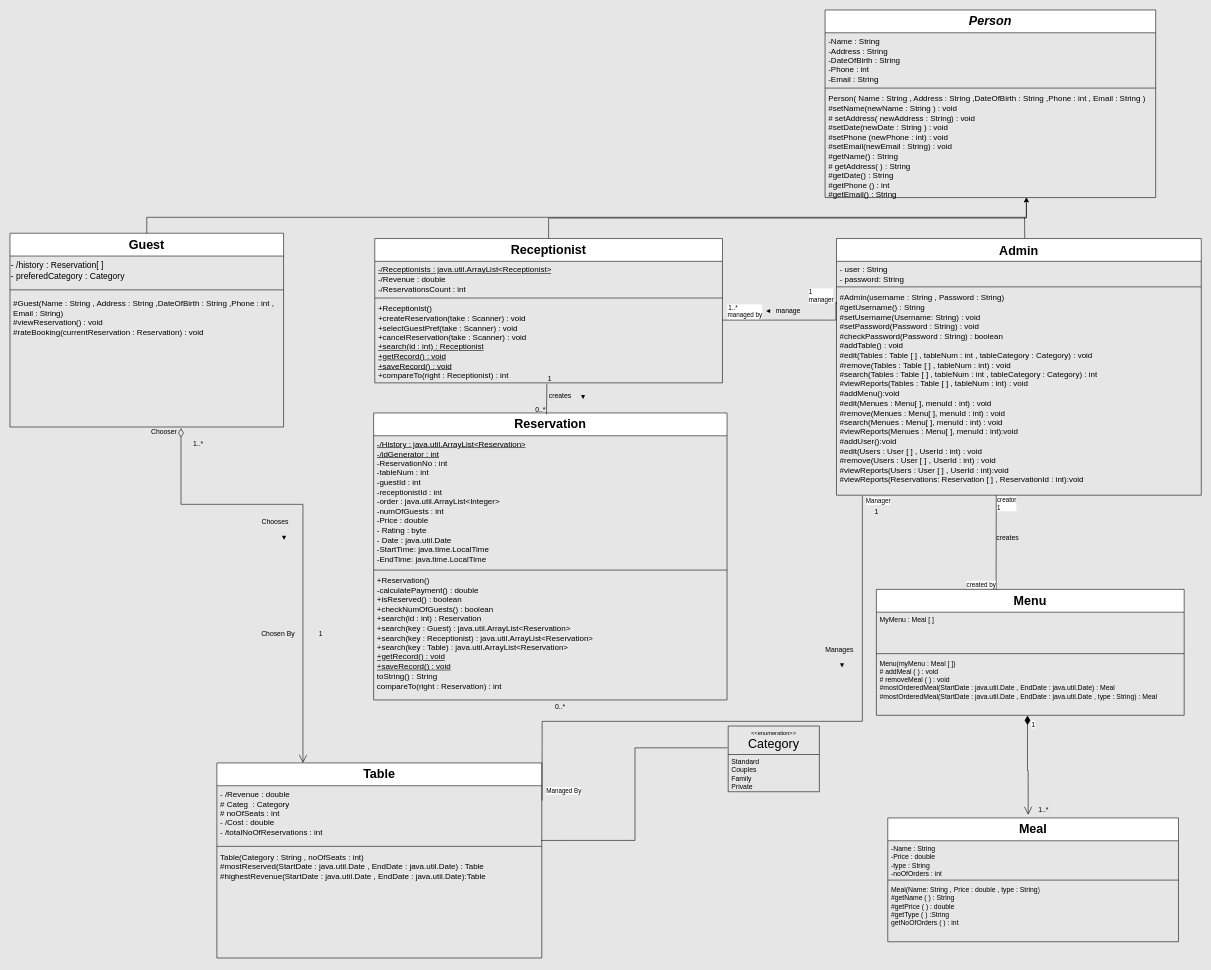
This is UML for the project.drawio from abdelrahman218/Restaurant-Mangment-System, a draw.io file, before an edit. Source tidied: cells renumbered, new cells numbered last; positions are measured from the earlier drawing's top-left corner, leaving out a move shared by most shapes. Both pictures are drawn from the tidied source at 57%, with x=0, y=0 at pixel (10, 10).
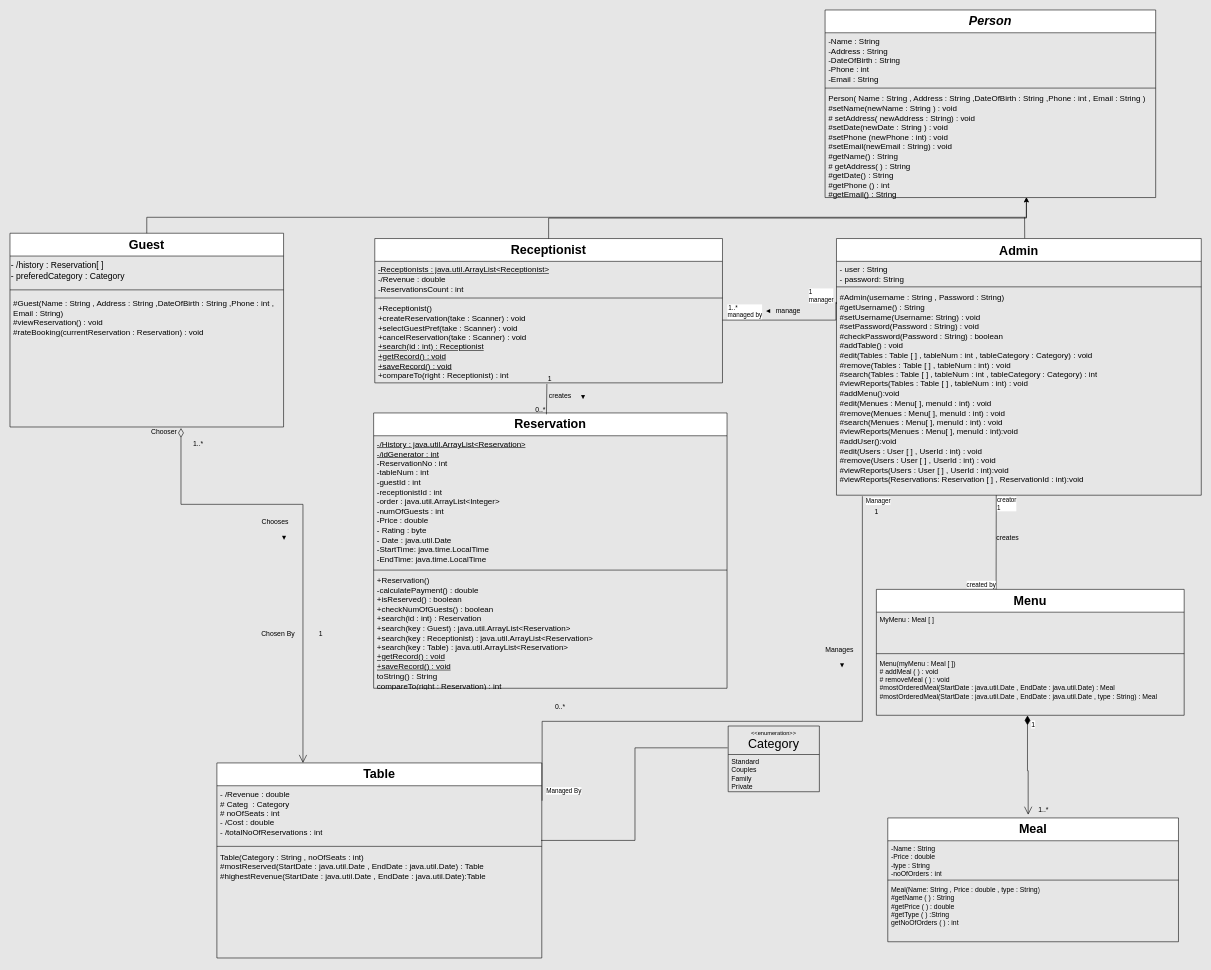
After the change.

The change refers to these unchanged cells:
```xml
<mxCell id="2" style="group;" parent="1" vertex="1">
  <mxGeometry width="2090" height="1632" as="geometry" />
</mxCell>
<mxCell id="7" value="&lt;font style=&quot;font-size: 22px;&quot;&gt;Receptionist&lt;/font&gt;" style="swimlane;fontStyle=1;align=center;verticalAlign=top;horizontal=1;startSize=40;whiteSpace=wrap;html=1;" parent="2" vertex="1">
  <mxGeometry x="640" y="401" width="610" height="253.2" as="geometry" />
</mxCell>
```

Diff of the diagram source:
```diff
@@
-    <mxCell id="8" value="&lt;font style=&quot;font-size: 14px;&quot;&gt;&lt;u&gt;-/Receptionists : java.util.ArrayList&amp;lt;Receptionist&amp;gt;&lt;br&gt;&lt;/u&gt;-/Revenue : double&lt;br&gt;-/ReservationsCount : int&lt;br&gt;&lt;/font&gt;" style="text;strokeColor=none;fillColor=none;align=left;verticalAlign=top;spacingLeft=4;spacingRight=4;overflow=hidden;whiteSpace=wrap;html=1;" parent="7" vertex="1">
+    <mxCell id="8" value="&lt;font style=&quot;font-size: 14px;&quot;&gt;&lt;u&gt;-Receptionists : java.util.ArrayList&amp;lt;Receptionist&amp;gt;&lt;br&gt;&lt;/u&gt;-/Revenue : double&lt;br&gt;-ReservationsCount : int&lt;br&gt;&lt;/font&gt;" style="text;strokeColor=none;fillColor=none;align=left;verticalAlign=top;spacingLeft=4;spacingRight=4;overflow=hidden;whiteSpace=wrap;html=1;" parent="7" vertex="1">
       <mxGeometry y="40" width="610" height="60.6" as="geometry" />
     </mxCell>
@@
     <mxCell id="15" value="&lt;font style=&quot;font-size: 22px;&quot;&gt;Reservation&lt;/font&gt;" style="swimlane;fontStyle=1;align=center;verticalAlign=top;horizontal=1;startSize=40;whiteSpace=wrap;html=1;" parent="2" vertex="1">
-      <mxGeometry x="638" y="707" width="620" height="503.5" as="geometry" />
+      <mxGeometry x="638" y="707" width="620" height="483" as="geometry" />
     </mxCell>
@@
     <mxCell id="18" value="&lt;font style=&quot;font-size: 14px;&quot;&gt;+Reservation()&lt;br&gt;-calculatePayment() : double&lt;br&gt;+isReserved() : boolean&lt;br&gt;+checkNumOfGuests() : boolean&lt;br&gt;+search(id : int) : Reservation&lt;br&gt;+search(key : Guest) : java.util.ArrayList&amp;lt;Reservation&amp;gt;&lt;br&gt;+search(key : Receptionist) : java.util.ArrayList&amp;lt;Reservation&amp;gt;&lt;br style=&quot;border-color: var(--border-color);&quot;&gt;+search(key : Table) : java.util.ArrayList&amp;lt;Reservation&amp;gt;&lt;br&gt;&lt;u&gt;+getRecord() : void&lt;br&gt;+saveRecord() : void&lt;br&gt;&lt;/u&gt;toString() : String&lt;br&gt;compareTo(right : Reservation) : int&lt;br style=&quot;border-color: var(--border-color);&quot;&gt;&lt;/font&gt;" style="text;strokeColor=none;fillColor=none;align=left;verticalAlign=top;spacingLeft=4;spacingRight=4;overflow=hidden;whiteSpace=wrap;html=1;" parent="15" vertex="1">
-      <mxGeometry y="279.4" width="620" height="224.1" as="geometry" />
+      <mxGeometry y="279.4" width="620" height="203.7" as="geometry" />
     </mxCell>
```
